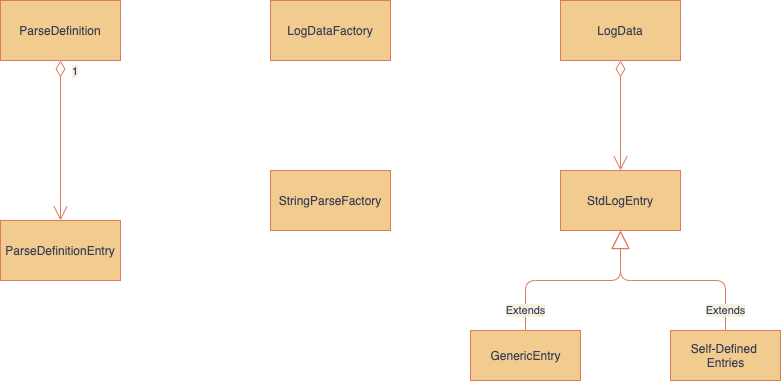
adobe/log-parser keeps this draw.io diagram as diagrams/Log_Parser-Classes.png. Above is the earlier version. Source tidied: cells renumbered, new cells last; positions are measured from the earlier drawing's top-left corner, leaving out a move shared by most shapes.
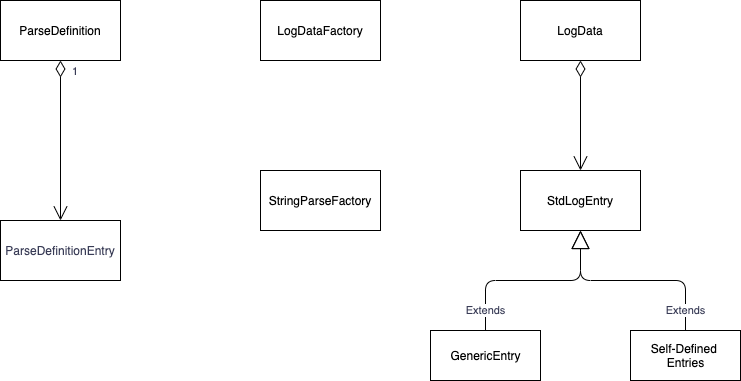
The same diagram one commit later.

Change to the diagram source:
```diff
@@ -1,50 +1,50 @@
-<mxGraphModel background="#F4F1DE">
+<mxGraphModel background="#FFFFFF">
   <root>
     <mxCell id="0" />
     <mxCell id="1" parent="0" />
-    <mxCell id="2" value="ParseDefinition" style="rounded=0;whiteSpace=wrap;html=1;fillColor=#F2CC8F;strokeColor=#E07A5F;fontColor=#393C56;" parent="1" vertex="1">
+    <mxCell id="2" value="ParseDefinition" style="rounded=0;whiteSpace=wrap;html=1;" parent="1" vertex="1">
       <mxGeometry width="120" height="60" as="geometry" />
     </mxCell>
-    <mxCell id="3" value="ParseDefinitionEntry" style="rounded=0;whiteSpace=wrap;html=1;fillColor=#F2CC8F;strokeColor=#E07A5F;fontColor=#393C56;" parent="1" vertex="1">
+    <mxCell id="3" value="ParseDefinitionEntry" style="rounded=0;whiteSpace=wrap;html=1;fontColor=#393C56;fillColor=#FFFFFF;" parent="1" vertex="1">
       <mxGeometry y="220" width="120" height="60" as="geometry" />
     </mxCell>
-    <mxCell id="4" value="1" style="endArrow=open;html=1;endSize=12;startArrow=diamondThin;startSize=14;startFill=0;edgeStyle=orthogonalEdgeStyle;align=left;verticalAlign=bottom;exitX=0.5;exitY=1;exitDx=0;exitDy=0;labelBackgroundColor=#F4F1DE;strokeColor=#E07A5F;fontColor=#393C56;" parent="1" edge="1" source="7" target="8">
+    <mxCell id="4" value="1" style="endArrow=open;html=1;endSize=12;startArrow=diamondThin;startSize=14;startFill=0;edgeStyle=orthogonalEdgeStyle;align=left;verticalAlign=bottom;exitX=0.5;exitY=1;exitDx=0;exitDy=0;labelBackgroundColor=#F4F1DE;fontColor=#393C56;" parent="1" edge="1" source="7" target="8">
       <mxGeometry x="-1" y="3" relative="1" as="geometry" />
     </mxCell>
-    <mxCell id="5" value="1" style="endArrow=open;html=1;endSize=12;startArrow=diamondThin;startSize=14;startFill=0;edgeStyle=orthogonalEdgeStyle;align=left;verticalAlign=bottom;entryX=0.5;entryY=0;entryDx=0;entryDy=0;labelBackgroundColor=#F4F1DE;strokeColor=#E07A5F;fontColor=#393C56;" parent="1" edge="1" target="3">
+    <mxCell id="5" value="&lt;span style=&quot;background-color: rgb(255 , 255 , 255)&quot;&gt;1&lt;/span&gt;" style="endArrow=open;html=1;endSize=12;startArrow=diamondThin;startSize=14;startFill=0;edgeStyle=orthogonalEdgeStyle;align=left;verticalAlign=bottom;entryX=0.5;entryY=0;entryDx=0;entryDy=0;labelBackgroundColor=#F4F1DE;fontColor=#393C56;" parent="1" edge="1" target="3">
       <mxGeometry x="-0.75" y="10" relative="1" as="geometry">
         <mxPoint x="60" y="60" as="sourcePoint" />
       </mxGeometry>
     </mxCell>
-    <mxCell id="6" value="StringParseFactory" style="rounded=0;whiteSpace=wrap;html=1;fillColor=#F2CC8F;strokeColor=#E07A5F;fontColor=#393C56;" parent="1" vertex="1">
-      <mxGeometry x="270" y="170" width="120" height="60" as="geometry" />
+    <mxCell id="6" value="StringParseFactory" style="rounded=0;whiteSpace=wrap;html=1;" parent="1" vertex="1">
+      <mxGeometry x="260" y="170" width="120" height="60" as="geometry" />
     </mxCell>
-    <mxCell id="7" value="LogData" style="rounded=0;whiteSpace=wrap;html=1;fillColor=#F2CC8F;strokeColor=#E07A5F;fontColor=#393C56;" parent="1" vertex="1">
-      <mxGeometry x="560" width="120" height="60" as="geometry" />
+    <mxCell id="7" value="LogData" style="rounded=0;whiteSpace=wrap;html=1;" parent="1" vertex="1">
+      <mxGeometry x="520" width="120" height="60" as="geometry" />
     </mxCell>
-    <mxCell id="8" value="StdLogEntry" style="rounded=0;whiteSpace=wrap;html=1;fillColor=#F2CC8F;strokeColor=#E07A5F;fontColor=#393C56;" parent="1" vertex="1">
-      <mxGeometry x="560" y="170" width="120" height="60" as="geometry" />
+    <mxCell id="8" value="StdLogEntry" style="rounded=0;whiteSpace=wrap;html=1;" parent="1" vertex="1">
+      <mxGeometry x="520" y="170" width="120" height="60" as="geometry" />
     </mxCell>
-    <mxCell id="9" value="Extends" style="endArrow=block;endSize=16;endFill=0;html=1;entryX=0.5;entryY=1;entryDx=0;entryDy=0;exitX=0.5;exitY=0;exitDx=0;exitDy=0;edgeStyle=orthogonalEdgeStyle;labelBackgroundColor=#F4F1DE;strokeColor=#E07A5F;fontColor=#393C56;" parent="1" edge="1" source="11" target="8">
+    <mxCell id="9" value="&lt;span style=&quot;background-color: rgb(255 , 255 , 255)&quot;&gt;Extends&lt;/span&gt;" style="endArrow=block;endSize=16;endFill=0;html=1;entryX=0.5;entryY=1;entryDx=0;entryDy=0;exitX=0.5;exitY=0;exitDx=0;exitDy=0;edgeStyle=orthogonalEdgeStyle;labelBackgroundColor=#F4F1DE;fontColor=#393C56;" parent="1" edge="1" source="11" target="8">
       <mxGeometry x="-0.8" relative="1" as="geometry" />
     </mxCell>
-    <mxCell id="10" value="GenericEntry" style="html=1;fillColor=#F2CC8F;strokeColor=#E07A5F;fontColor=#393C56;" parent="1" vertex="1">
-      <mxGeometry x="470" y="330" width="110" height="50" as="geometry" />
+    <mxCell id="10" value="GenericEntry" style="html=1;" parent="1" vertex="1">
+      <mxGeometry x="430" y="330" width="110" height="50" as="geometry" />
     </mxCell>
-    <mxCell id="11" value="Self-Defined &lt;br&gt;Entries" style="html=1;fillColor=#F2CC8F;strokeColor=#E07A5F;fontColor=#393C56;" parent="1" vertex="1">
-      <mxGeometry x="670" y="330" width="110" height="50" as="geometry" />
+    <mxCell id="11" value="Self-Defined &lt;br&gt;Entries" style="html=1;" parent="1" vertex="1">
+      <mxGeometry x="630" y="330" width="110" height="50" as="geometry" />
     </mxCell>
-    <mxCell id="12" value="Extends" style="endArrow=block;endSize=16;endFill=0;html=1;exitX=0.5;exitY=0;exitDx=0;exitDy=0;edgeStyle=orthogonalEdgeStyle;labelBackgroundColor=#F4F1DE;strokeColor=#E07A5F;fontColor=#393C56;" parent="1" edge="1" source="10">
+    <mxCell id="12" value="&lt;span style=&quot;background-color: rgb(255 , 255 , 255)&quot;&gt;Extends&lt;/span&gt;" style="endArrow=block;endSize=16;endFill=0;html=1;exitX=0.5;exitY=0;exitDx=0;exitDy=0;edgeStyle=orthogonalEdgeStyle;labelBackgroundColor=#F4F1DE;fontColor=#393C56;" parent="1" edge="1" source="10">
       <mxGeometry x="-0.79" relative="1" as="geometry">
-        <mxPoint x="620" y="230" as="targetPoint" />
+        <mxPoint x="580" y="230" as="targetPoint" />
         <Array as="points">
-          <mxPoint x="525" y="280" />
-          <mxPoint x="620" y="280" />
+          <mxPoint x="485" y="280" />
+          <mxPoint x="580" y="280" />
         </Array>
       </mxGeometry>
     </mxCell>
-    <mxCell id="13" value="LogDataFactory" style="rounded=0;whiteSpace=wrap;html=1;fillColor=#F2CC8F;strokeColor=#E07A5F;fontColor=#393C56;" parent="1" vertex="1">
-      <mxGeometry x="270" width="120" height="60" as="geometry" />
+    <mxCell id="13" value="LogDataFactory" style="rounded=0;whiteSpace=wrap;html=1;" parent="1" vertex="1">
+      <mxGeometry x="260" width="120" height="60" as="geometry" />
     </mxCell>
   </root>
 </mxGraphModel>
```
